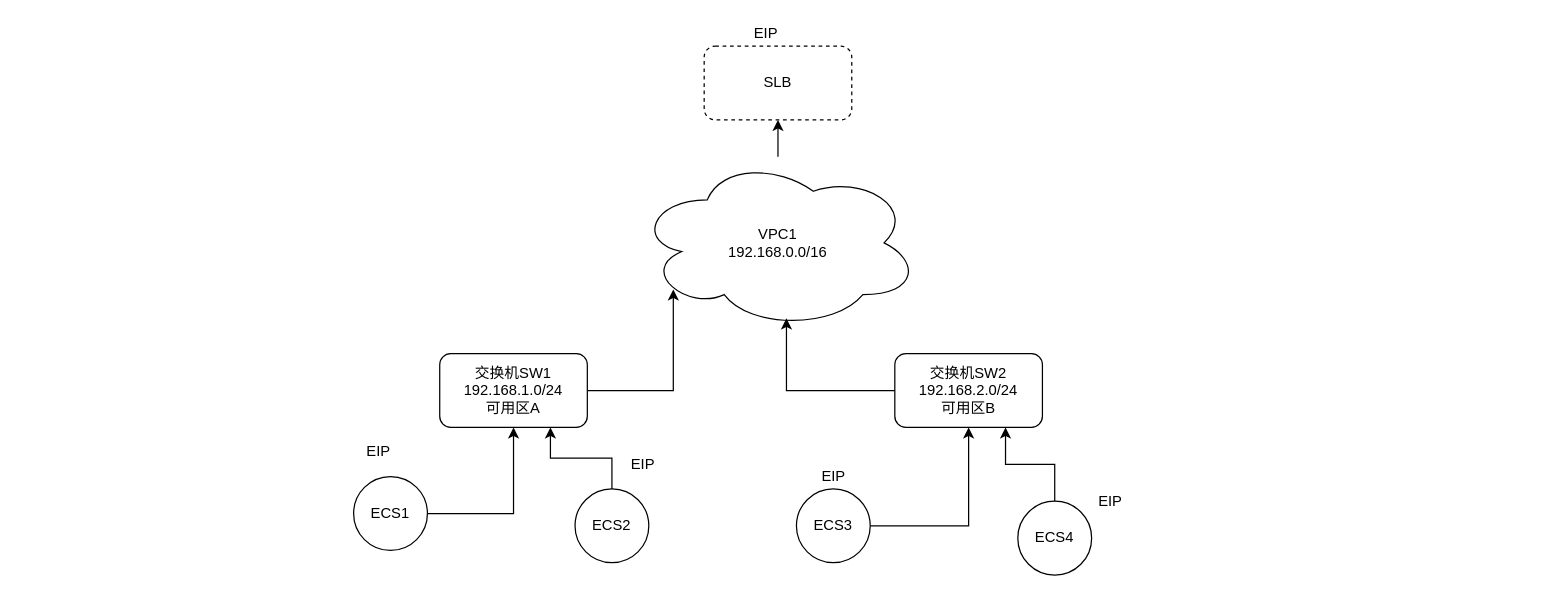
Earlier version of the draw.io diagram alicloud.drawio (chenkangzeng/appstreaming). Source tidied: cells renumbered, new cells numbered last; positions are measured from the earlier drawing's top-left corner, leaving out a move shared by most shapes. Both pictures are drawn from the tidied source at 123%, with x=0, y=0 at pixel (353, 21).
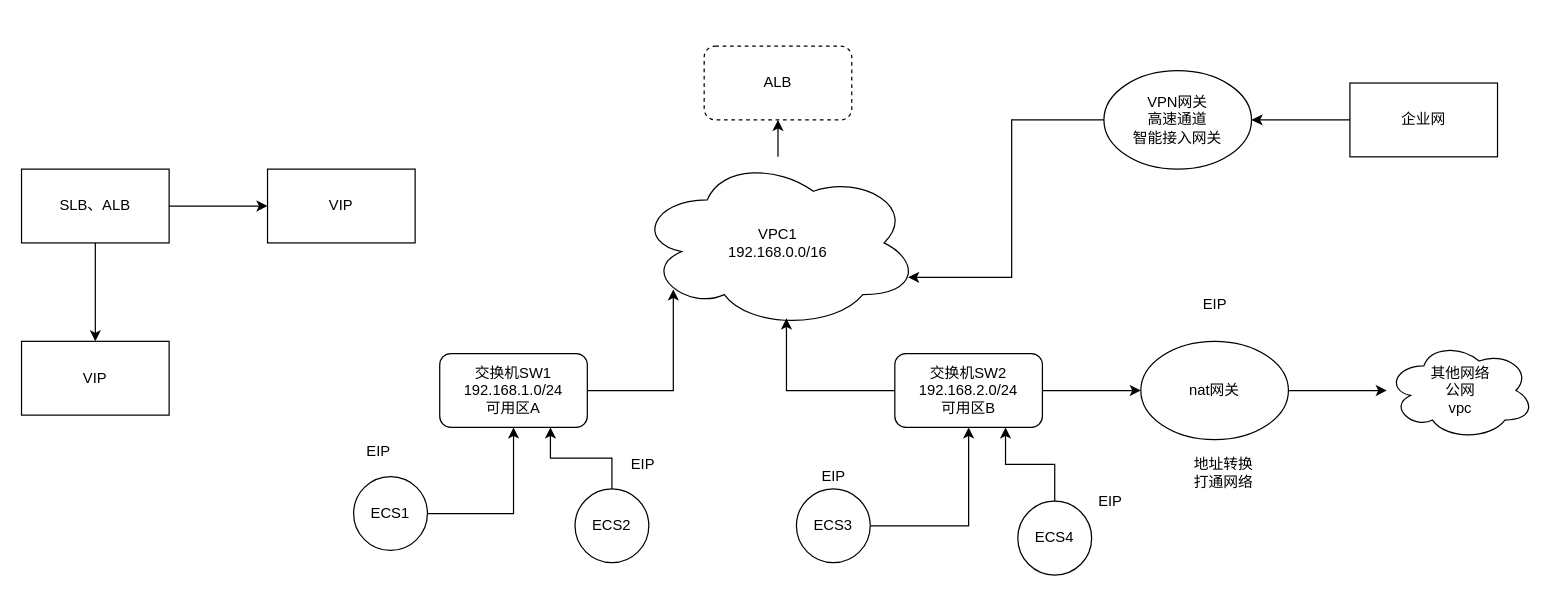
The same page after the edit.

The change refers to these unchanged cells:
```xml
<mxCell id="3" value="VPC1&lt;br&gt;192.168.0.0/16" style="ellipse;shape=cloud;whiteSpace=wrap;html=1;" parent="1" vertex="1">
  <mxGeometry x="230" y="110" width="230" height="140" as="geometry" />
</mxCell>
<mxCell id="7" value="交换机SW2&lt;br&gt;192.168.2.0/24&lt;br&gt;可用区B" style="rounded=1;whiteSpace=wrap;html=1;" parent="1" vertex="1">
  <mxGeometry x="440" y="270" width="120" height="60" as="geometry" />
</mxCell>
```

Change to the diagram source:
```diff
@@
+    <mxCell id="22" style="edgeStyle=orthogonalEdgeStyle;rounded=0;jettySize=auto;html=1;" parent="1" edge="1" source="7" target="24">
+      <mxGeometry relative="1" as="geometry" />
+    </mxCell>
@@
-    <mxCell id="16" value="SLB" style="rounded=1;whiteSpace=wrap;html=1;dashed=1;" parent="1" vertex="1">
+    <mxCell id="16" value="ALB" style="rounded=1;whiteSpace=wrap;html=1;dashed=1;" parent="1" vertex="1">
       <mxGeometry x="285" y="20" width="120" height="60" as="geometry" />
     </mxCell>
@@
+    <mxCell id="23" style="edgeStyle=orthogonalEdgeStyle;rounded=0;jettySize=auto;html=1;" parent="1" edge="1" source="24" target="25">
+      <mxGeometry relative="1" as="geometry" />
+    </mxCell>
+    <mxCell id="24" value="nat网关" style="ellipse;whiteSpace=wrap;html=1;rounded=1;" parent="1" vertex="1">
+      <mxGeometry x="640" y="260" width="120" height="80" as="geometry" />
+    </mxCell>
+    <mxCell id="25" value="其他网络&lt;br&gt;公网&lt;br&gt;vpc" style="ellipse;shape=cloud;whiteSpace=wrap;html=1;rounded=1;" parent="1" vertex="1">
+      <mxGeometry x="840" y="260" width="120" height="80" as="geometry" />
+    </mxCell>
     <mxCell id="21" value="EIP" style="text;html=1;align=center;verticalAlign=middle;strokeColor=none;" parent="1" vertex="1">
-      <mxGeometry x="320" width="30" height="20" as="geometry" />
+      <mxGeometry x="685" y="220" width="30" height="20" as="geometry" />
     </mxCell>
+    <mxCell id="26" value="地址转换&lt;br&gt;打通网络" style="text;html=1;align=center;verticalAlign=middle;strokeColor=none;" parent="1" vertex="1">
+      <mxGeometry x="677" y="352" width="60" height="30" as="geometry" />
+    </mxCell>
+    <mxCell id="27" style="edgeStyle=orthogonalEdgeStyle;rounded=0;jettySize=auto;html=1;" parent="1" edge="1" source="29" target="30">
+      <mxGeometry relative="1" as="geometry" />
+    </mxCell>
+    <mxCell id="28" style="edgeStyle=orthogonalEdgeStyle;rounded=0;jettySize=auto;html=1;" parent="1" edge="1" source="29" target="31">
+      <mxGeometry relative="1" as="geometry" />
+    </mxCell>
+    <mxCell id="29" value="SLB、ALB" style="rounded=0;whiteSpace=wrap;html=1;" parent="1" vertex="1">
+      <mxGeometry x="-270" y="120" width="120" height="60" as="geometry" />
+    </mxCell>
+    <mxCell id="30" value="VIP" style="rounded=0;whiteSpace=wrap;html=1;" parent="1" vertex="1">
+      <mxGeometry x="-270" y="260" width="120" height="60" as="geometry" />
+    </mxCell>
+    <mxCell id="31" value="VIP" style="rounded=0;whiteSpace=wrap;html=1;" parent="1" vertex="1">
+      <mxGeometry x="-70" y="120" width="120" height="60" as="geometry" />
+    </mxCell>
+    <mxCell id="32" style="edgeStyle=orthogonalEdgeStyle;rounded=0;jettySize=auto;html=1;entryX=0.96;entryY=0.7;entryDx=0;entryDy=0;entryPerimeter=0;" parent="1" edge="1" source="33" target="3">
+      <mxGeometry relative="1" as="geometry" />
+    </mxCell>
+    <mxCell id="33" value="VPN网关&lt;br&gt;高速通道&lt;br&gt;智能接入网关" style="ellipse;whiteSpace=wrap;html=1;" parent="1" vertex="1">
+      <mxGeometry x="610" y="40" width="120" height="80" as="geometry" />
+    </mxCell>
+    <mxCell id="34" style="edgeStyle=orthogonalEdgeStyle;rounded=0;jettySize=auto;html=1;entryX=1;entryY=0.5;entryDx=0;entryDy=0;" parent="1" edge="1" source="35" target="33">
+      <mxGeometry relative="1" as="geometry" />
+    </mxCell>
+    <mxCell id="35" value="企业网" style="whiteSpace=wrap;html=1;" parent="1" vertex="1">
+      <mxGeometry x="810" y="50" width="120" height="60" as="geometry" />
+    </mxCell>
```
